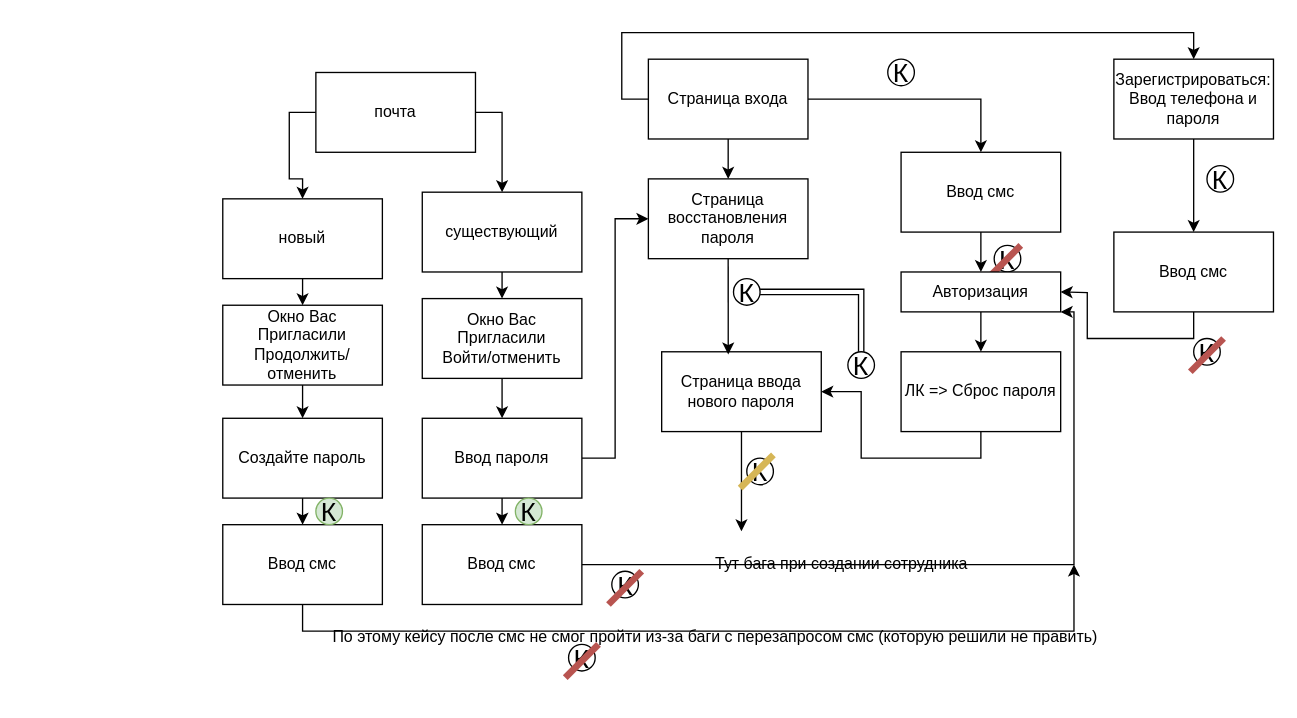
Before: Диаграмма без названия.drawio in grfoger/grfoger, a draw.io diagram. Source tidied: cells renumbered, new cells numbered last; positions are measured from the earlier drawing's top-left corner, leaving out a move shared by most shapes. Both pictures are drawn from the tidied source at 133%, with x=0, y=0 at pixel (222, 59).
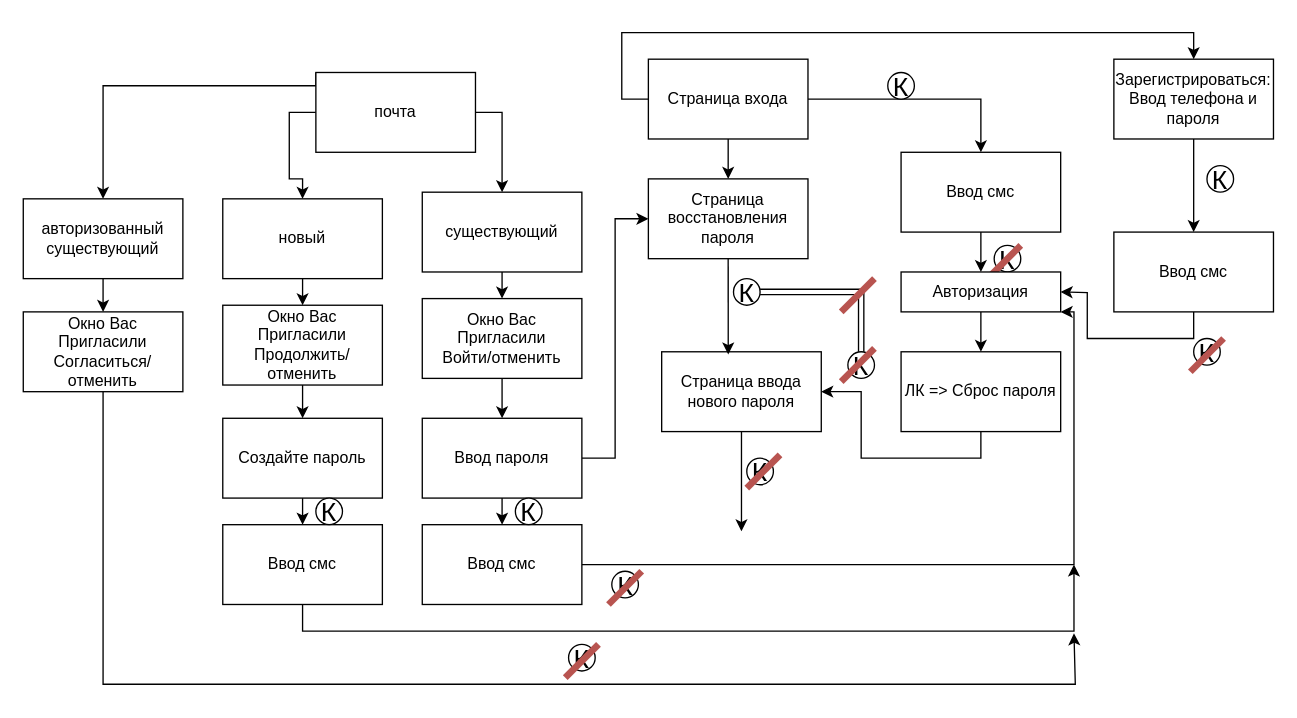
Above is the later version.

Unchanged cells that the change refers to:
```xml
<mxCell id="33" value="почта" style="rounded=0;whiteSpace=wrap;html=1;" parent="1" vertex="1">
  <mxGeometry x="70" y="10" width="120" height="60" as="geometry" />
</mxCell>
```

What changed in the source:
```diff
@@
     <mxCell id="19" value="&lt;font style=&quot;font-size: 20px;&quot;&gt;К&lt;/font&gt;" style="ellipse;whiteSpace=wrap;html=1;" parent="1" vertex="1">
-      <mxGeometry x="500" width="20" height="20" as="geometry" />
+      <mxGeometry x="500" y="10" width="20" height="20" as="geometry" />
     </mxCell>
@@
-    <mxCell id="29" style="endArrow=none;html=1;rounded=0;fillColor=#fff2cc;strokeColor=#d6b656;strokeWidth=5;" parent="1" edge="1">
-      <mxGeometry relative="1" as="geometry">
-        <mxPoint x="389" y="322.5" as="sourcePoint" />
-        <mxPoint x="414" y="297.5" as="targetPoint" />
-      </mxGeometry>
-    </mxCell>
@@
+    <mxCell id="59" style="edgeStyle=orthogonalEdgeStyle;rounded=0;jettySize=auto;html=1;exitX=0;exitY=0;exitDx=0;exitDy=0;entryX=0.5;entryY=0;entryDx=0;entryDy=0;" parent="1" edge="1" source="33" target="66">
+      <mxGeometry relative="1" as="geometry">
+        <Array as="points">
+          <mxPoint x="70" y="20" />
+          <mxPoint x="-90" y="20" />
+        </Array>
+      </mxGeometry>
+    </mxCell>
@@
-    <mxCell id="55" value="Тут бага при создании сотрудника" style="text;html=1;align=center;verticalAlign=middle;strokeColor=none;fillColor=none;" parent="1" vertex="1">
-      <mxGeometry x="360" y="365" width="210" height="30" as="geometry" />
-    </mxCell>
-    <mxCell id="56" value="По этому кейсу после смс не смог пройти из-за баги с перезапросом смс (которую решили не править)" style="text;html=1;align=center;verticalAlign=middle;strokeColor=none;fillColor=none;" parent="1" vertex="1">
-      <mxGeometry x="70" y="420" width="600" height="30" as="geometry" />
-    </mxCell>
-    <mxCell id="57" value="&lt;font style=&quot;font-size: 20px;&quot;&gt;К&lt;/font&gt;" style="ellipse;whiteSpace=wrap;html=1;fillColor=#d5e8d4;strokeColor=#82b366;" parent="1" vertex="1">
-      <mxGeometry x="70" y="330" width="20" height="20" as="geometry" />
-    </mxCell>
-    <mxCell id="58" value="&lt;font style=&quot;font-size: 20px;&quot;&gt;К&lt;/font&gt;" style="ellipse;whiteSpace=wrap;html=1;fillColor=#d5e8d4;strokeColor=#82b366;" parent="1" vertex="1">
-      <mxGeometry x="220" y="330" width="20" height="20" as="geometry" />
-    </mxCell>
+    <mxCell id="60" style="endArrow=none;html=1;rounded=0;fillColor=#f8cecc;strokeColor=#b85450;strokeWidth=5;" parent="1" edge="1">
+      <mxGeometry relative="1" as="geometry">
+        <mxPoint x="465" y="190" as="sourcePoint" />
+        <mxPoint x="490" y="165" as="targetPoint" />
+      </mxGeometry>
+    </mxCell>
+    <mxCell id="61" style="endArrow=none;html=1;rounded=0;fillColor=#f8cecc;strokeColor=#b85450;strokeWidth=5;" parent="1" edge="1">
+      <mxGeometry relative="1" as="geometry">
+        <mxPoint x="465" y="242.5" as="sourcePoint" />
+        <mxPoint x="490" y="217.5" as="targetPoint" />
+      </mxGeometry>
+    </mxCell>
+    <mxCell id="62" style="endArrow=none;html=1;rounded=0;fillColor=#f8cecc;strokeColor=#b85450;strokeWidth=5;" parent="1" edge="1">
+      <mxGeometry relative="1" as="geometry">
+        <mxPoint x="394" y="322.5" as="sourcePoint" />
+        <mxPoint x="419" y="297.5" as="targetPoint" />
+      </mxGeometry>
+    </mxCell>
+    <mxCell id="63" value="&lt;font style=&quot;font-size: 20px;&quot;&gt;К&lt;/font&gt;" style="ellipse;whiteSpace=wrap;html=1;" parent="1" vertex="1">
+      <mxGeometry x="70" y="330" width="20" height="20" as="geometry" />
+    </mxCell>
+    <mxCell id="64" value="&lt;font style=&quot;font-size: 20px;&quot;&gt;К&lt;/font&gt;" style="ellipse;whiteSpace=wrap;html=1;" parent="1" vertex="1">
+      <mxGeometry x="220" y="330" width="20" height="20" as="geometry" />
+    </mxCell>
+    <mxCell id="65" style="edgeStyle=orthogonalEdgeStyle;rounded=0;jettySize=auto;html=1;exitX=0.5;exitY=1;exitDx=0;exitDy=0;entryX=0.5;entryY=0;entryDx=0;entryDy=0;" parent="1" edge="1" source="66" target="68">
+      <mxGeometry relative="1" as="geometry" />
+    </mxCell>
+    <mxCell id="66" value="авторизованный&lt;br&gt;существующий" style="rounded=0;whiteSpace=wrap;html=1;" parent="1" vertex="1">
+      <mxGeometry x="-150" y="105" width="120" height="60" as="geometry" />
+    </mxCell>
+    <mxCell id="67" style="edgeStyle=orthogonalEdgeStyle;rounded=0;jettySize=auto;html=1;exitX=0.5;exitY=1;exitDx=0;exitDy=0;" parent="1" edge="1" source="68">
+      <mxGeometry relative="1" as="geometry">
+        <mxPoint x="640" y="431.7" as="targetPoint" />
+        <Array as="points">
+          <mxPoint x="-90" y="470" />
+          <mxPoint x="641" y="470" />
+          <mxPoint x="641" y="432" />
+        </Array>
+      </mxGeometry>
+    </mxCell>
+    <mxCell id="68" value="Окно Вас Пригласили&lt;br&gt;Согласиться/отменить" style="rounded=0;whiteSpace=wrap;html=1;" parent="1" vertex="1">
+      <mxGeometry x="-150" y="190" width="120" height="60" as="geometry" />
+    </mxCell>
```
